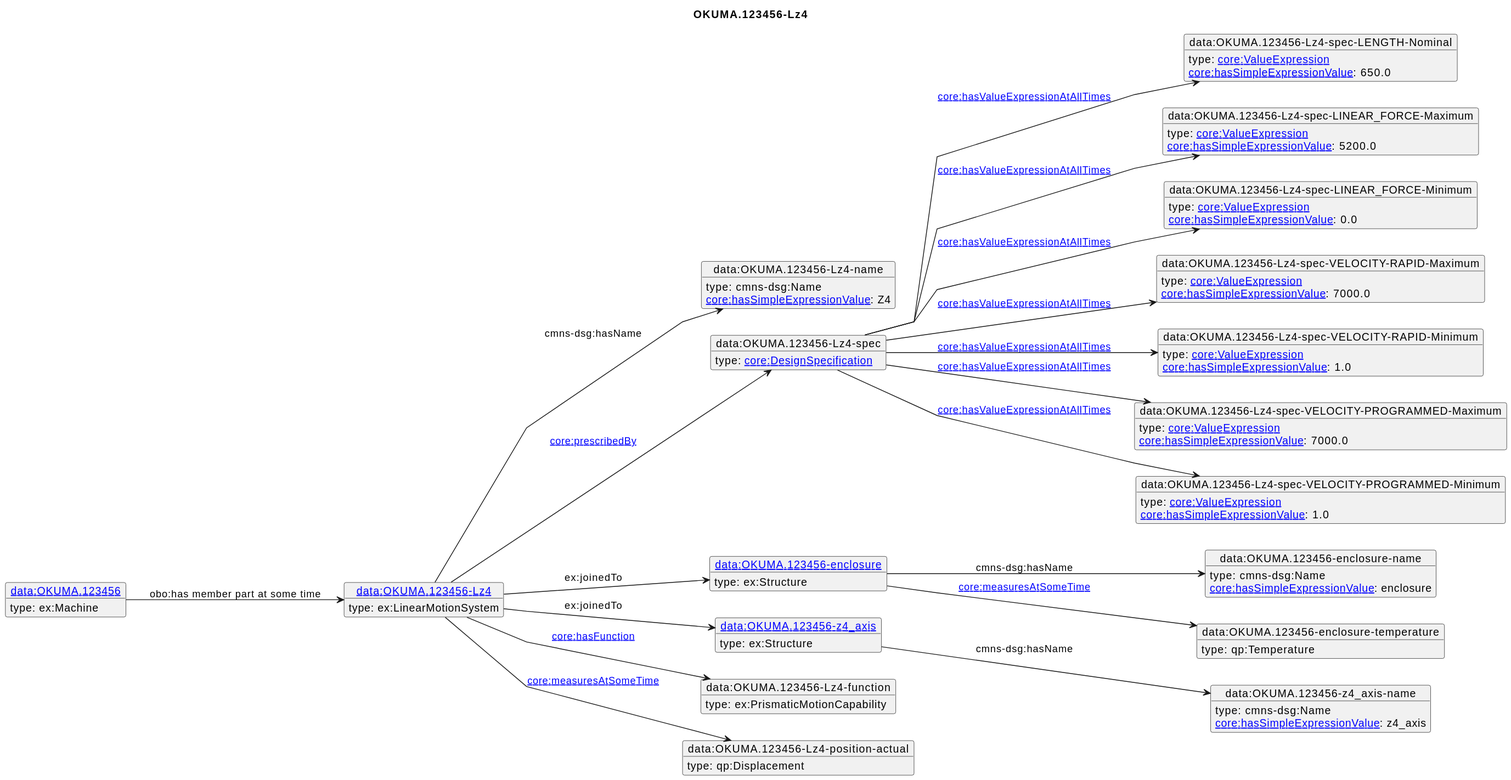
This is diagrams/OKUMA.123456-Lz4.svg from iofoundry/example-syseng-mtconnect, a PlantUML export, as it was before one commit.
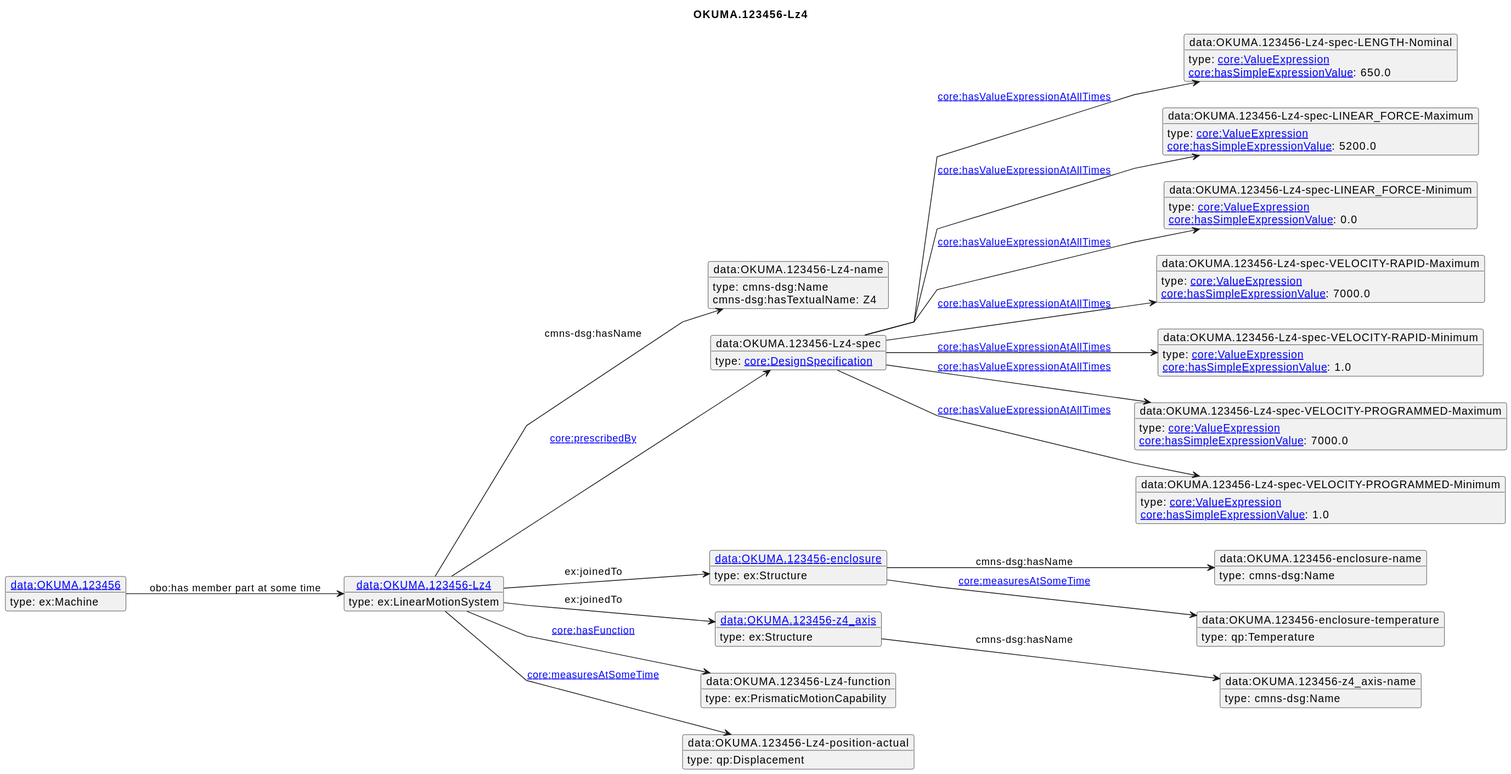
Later version of the same file.

The edit, as a diff of the source:
```diff
@@ -57,7 +57,7 @@
  type: ex:Machine
 }
 o1 --> o2 : cmns-dsg:hasName
-o2 : [[https://spec.industrialontologies.org/ontology/core/Core/hasSimpleExpressionValue core:hasSimpleExpressionValue]]: Z4
+o2 : cmns-dsg:hasTextualName: Z4
 o1 --> o3 : [[https://spec.industrialontologies.org/ontology/core/Core/prescribedBy core:prescribedBy]]
 o3 --> o4 : [[https://spec.industrialontologies.org/ontology/core/Core/hasValueExpressionAtAllTimes core:hasValueExpressionAtAllTimes]]
 o4 : [[https://spec.industrialontologies.org/ontology/core/Core/hasSimpleExpressionValue core:hasSimpleExpressionValue]]: 650.0
@@ -75,11 +75,9 @@
 o10 : [[https://spec.industrialontologies.org/ontology/core/Core/hasSimpleExpressionValue core:hasSimpleExpressionValue]]: 1.0
 o1 --> o11 : ex:joinedTo
 o11 --> o12 : cmns-dsg:hasName
-o12 : [[https://spec.industrialontologies.org/ontology/core/Core/hasSimpleExpressionValue core:hasSimpleExpressionValue]]: enclosure
 o11 --> o13 : [[https://spec.industrialontologies.org/ontology/core/Core/measuresAtSomeTime core:measuresAtSomeTime]]
 o1 --> o14 : ex:joinedTo
 o14 --> o15 : cmns-dsg:hasName
-o15 : [[https://spec.industrialontologies.org/ontology/core/Core/hasSimpleExpressionValue core:hasSimpleExpressionValue]]: z4_axis
 o1 --> o16 : [[https://spec.industrialontologies.org/ontology/core/Core/hasFunction core:hasFunction]]
 o1 --> o17 : [[https://spec.industrialontologies.org/ontology/core/Core/measuresAtSomeTime core:measuresAtSomeTime]]
 o18 --> o1 : obo:has member part at some time
```
